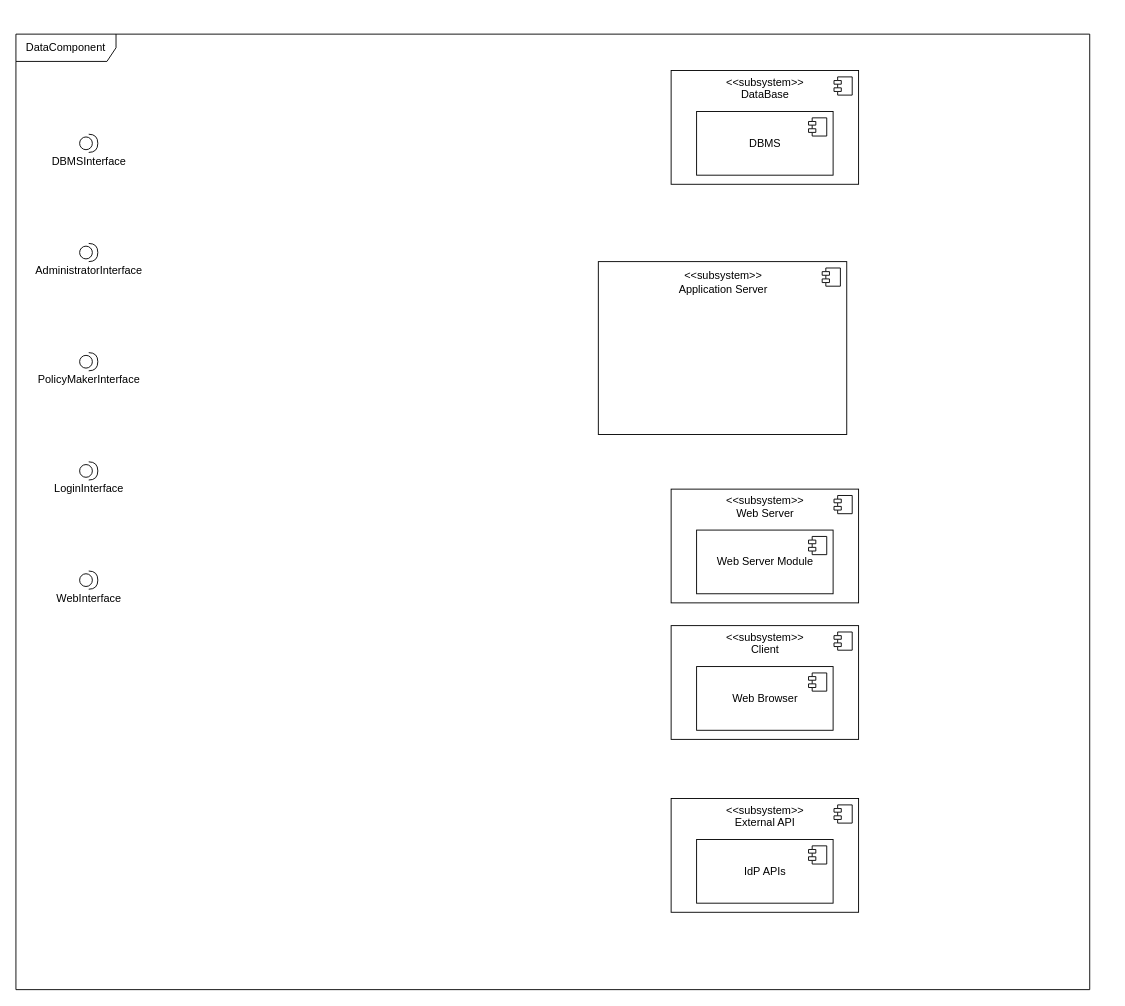
Above: page "DataComponent" (2 of 2) of DD Diagrams/ComponentDiagram.drawio in matteovisotto/SE2-CecchettoSirianiVisotto (draw.io), before the change. Source tidied: cells renumbered, new cells numbered last; positions are measured from the earlier drawing's top-left corner, leaving out a move shared by most shapes. Both pictures are drawn from the tidied source at 91%, with x=0, y=0 at pixel (15, 34).
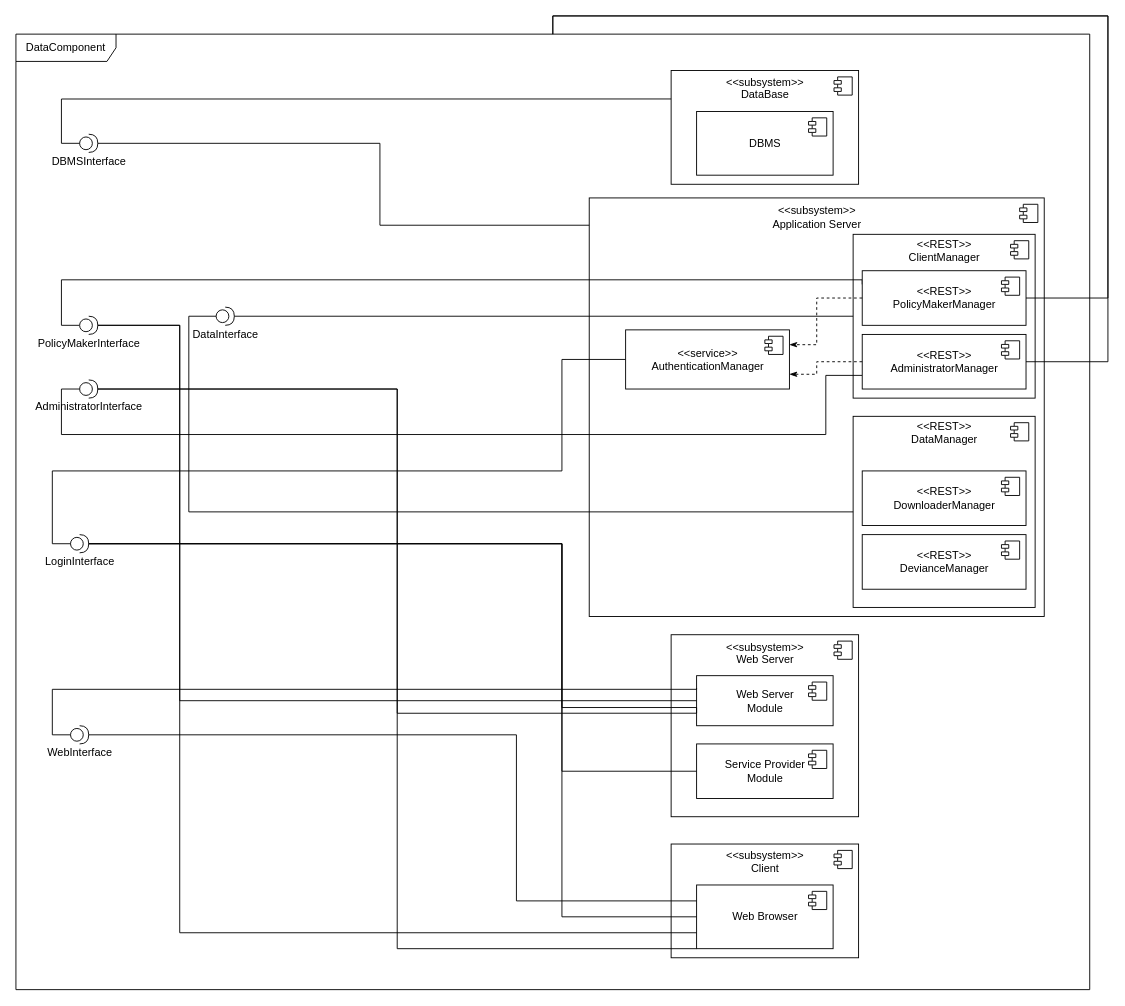
After the change.

Unchanged cells that the change refers to:
```xml
<mxCell id="2" value="DataComponent" style="shape=umlFrame;whiteSpace=wrap;html=1;width=110;height=30;" parent="1" vertex="1">
  <mxGeometry width="1180" height="1050" as="geometry" />
</mxCell>
<mxCell id="3" value="DBMSInterface" style="shape=providedRequiredInterface;html=1;verticalLabelPosition=bottom;sketch=0;" parent="1" vertex="1">
  <mxGeometry x="70" y="110" width="20" height="20" as="geometry" />
</mxCell>
<mxCell id="5" value="&amp;lt;&amp;lt;subsystem&amp;gt;&amp;gt;&lt;br&gt;DataBase&lt;br&gt;&lt;br&gt;&lt;br&gt;&lt;br&gt;&lt;br&gt;&lt;br&gt;&lt;br&gt;" style="html=1;" parent="4" vertex="1">
  <mxGeometry width="206" height="125" as="geometry" />
</mxCell>
```

What changed in the source:
```diff
@@
+    <mxCell id="19" style="group;" parent="1" vertex="1">
+      <mxGeometry x="720" y="890" width="206" height="125" as="geometry" />
+    </mxCell>
+    <mxCell id="20" value="&amp;lt;&amp;lt;subsystem&amp;gt;&amp;gt;&lt;br&gt;Client&lt;br&gt;&lt;br&gt;&lt;br&gt;&lt;br&gt;&lt;br&gt;&lt;br&gt;&lt;br&gt;" style="html=1;" parent="19" vertex="1">
+      <mxGeometry width="206" height="125" as="geometry" />
+    </mxCell>
+    <mxCell id="21" style="shape=module;jettyWidth=8;jettyHeight=4;" parent="20" vertex="1">
+      <mxGeometry x="1" width="20" height="20" relative="1" as="geometry">
+        <mxPoint x="-27" y="7" as="offset" />
+      </mxGeometry>
+    </mxCell>
+    <mxCell id="22" value="Web Browser" style="html=1;" parent="19" vertex="1">
+      <mxGeometry x="28" y="45" width="150" height="70" as="geometry" />
+    </mxCell>
+    <mxCell id="23" style="shape=module;jettyWidth=8;jettyHeight=4;" parent="22" vertex="1">
+      <mxGeometry x="1" width="20" height="20" relative="1" as="geometry">
+        <mxPoint x="-27" y="7" as="offset" />
+      </mxGeometry>
+    </mxCell>
+    <mxCell id="12" value="&amp;lt;&amp;lt;subsystem&amp;gt;&amp;gt;&lt;br&gt;Application Server&lt;br&gt;&lt;br&gt;&lt;br&gt;&lt;br&gt;&lt;br&gt;&lt;br&gt;&lt;br&gt;&lt;br&gt;&lt;br&gt;&lt;br&gt;&lt;br&gt;&lt;br&gt;&lt;br&gt;&lt;br&gt;&lt;br&gt;&lt;br&gt;&lt;br&gt;&lt;br&gt;&lt;br&gt;&lt;br&gt;&lt;br&gt;&lt;br&gt;&lt;br&gt;&lt;br&gt;&lt;br&gt;&lt;br&gt;&lt;br&gt;&lt;br&gt;&lt;br&gt;&lt;br&gt;" style="html=1;" parent="1" vertex="1">
+      <mxGeometry x="630" y="180" width="500" height="460" as="geometry" />
+    </mxCell>
+    <mxCell id="13" style="shape=module;jettyWidth=8;jettyHeight=4;" parent="12" vertex="1">
+      <mxGeometry x="1" width="20" height="20" relative="1" as="geometry">
+        <mxPoint x="-27" y="7" as="offset" />
+      </mxGeometry>
+    </mxCell>
+    <mxCell id="30" value="&amp;lt;&amp;lt;REST&amp;gt;&amp;gt;&lt;br&gt;ClientManager&lt;br&gt;&lt;br&gt;&lt;br&gt;&lt;br&gt;&lt;br&gt;&lt;br&gt;&lt;br&gt;&lt;br&gt;&lt;br&gt;&lt;br&gt;&lt;br&gt;" style="html=1;" parent="1" vertex="1">
+      <mxGeometry x="920" y="220" width="200" height="180" as="geometry" />
+    </mxCell>
+    <mxCell id="31" style="shape=module;jettyWidth=8;jettyHeight=4;" parent="30" vertex="1">
+      <mxGeometry x="1" width="20" height="20" relative="1" as="geometry">
+        <mxPoint x="-27" y="7" as="offset" />
+      </mxGeometry>
+    </mxCell>
+    <mxCell id="32" style="group;" parent="1" vertex="1">
+      <mxGeometry x="720" y="660" width="206" height="200" as="geometry" />
+    </mxCell>
+    <mxCell id="15" value="&amp;lt;&amp;lt;subsystem&amp;gt;&amp;gt;&lt;br&gt;Web Server&lt;br&gt;&lt;br&gt;&lt;br&gt;&lt;br&gt;&lt;br&gt;&lt;br&gt;&lt;br&gt;&lt;br&gt;&lt;br&gt;&lt;br&gt;&lt;br&gt;&lt;br&gt;" style="html=1;" parent="32" vertex="1">
+      <mxGeometry width="206" height="200" as="geometry" />
+    </mxCell>
+    <mxCell id="16" style="shape=module;jettyWidth=8;jettyHeight=4;" parent="15" vertex="1">
+      <mxGeometry x="1" width="20" height="20" relative="1" as="geometry">
+        <mxPoint x="-27" y="7" as="offset" />
+      </mxGeometry>
+    </mxCell>
+    <mxCell id="17" value="Web Server &lt;br&gt;Module" style="html=1;" parent="32" vertex="1">
+      <mxGeometry x="28" y="45" width="150" height="55" as="geometry" />
+    </mxCell>
+    <mxCell id="18" style="shape=module;jettyWidth=8;jettyHeight=4;" parent="17" vertex="1">
+      <mxGeometry x="1" width="20" height="20" relative="1" as="geometry">
+        <mxPoint x="-27" y="7" as="offset" />
+      </mxGeometry>
+    </mxCell>
+    <mxCell id="33" value="Service Provider &lt;br&gt;Module" style="html=1;" parent="32" vertex="1">
+      <mxGeometry x="28" y="120" width="150" height="60" as="geometry" />
+    </mxCell>
+    <mxCell id="34" style="shape=module;jettyWidth=8;jettyHeight=4;" parent="33" vertex="1">
+      <mxGeometry x="1" width="20" height="20" relative="1" as="geometry">
+        <mxPoint x="-27" y="7" as="offset" />
+      </mxGeometry>
+    </mxCell>
+    <mxCell id="35" style="edgeStyle=orthogonalEdgeStyle;rounded=0;jettySize=auto;html=1;exitX=1;exitY=0.5;exitDx=0;exitDy=0;exitPerimeter=0;endArrow=none;endFill=0;" parent="1" edge="1" source="3" target="12">
+      <mxGeometry relative="1" as="geometry">
+        <Array as="points">
+          <mxPoint x="400" y="120" />
+          <mxPoint x="400" y="210" />
+        </Array>
+      </mxGeometry>
+    </mxCell>
@@
+    <mxCell id="36" style="edgeStyle=orthogonalEdgeStyle;rounded=0;jettySize=auto;html=1;entryX=0;entryY=0.5;entryDx=0;entryDy=0;endArrow=none;endFill=0;" parent="1" edge="1" source="2" target="53">
+      <mxGeometry relative="1" as="geometry" />
+    </mxCell>
+    <mxCell id="37" style="edgeStyle=orthogonalEdgeStyle;rounded=0;jettySize=auto;html=1;exitX=0;exitY=0.5;exitDx=0;exitDy=0;exitPerimeter=0;entryX=0;entryY=0.75;entryDx=0;entryDy=0;endArrow=none;endFill=0;" parent="1" edge="1" source="9" target="53">
+      <mxGeometry relative="1" as="geometry">
+        <Array as="points">
+          <mxPoint x="50" y="390" />
+          <mxPoint x="50" y="440" />
+          <mxPoint x="890" y="440" />
+          <mxPoint x="890" y="375" />
+        </Array>
+      </mxGeometry>
+    </mxCell>
+    <mxCell id="38" style="edgeStyle=orthogonalEdgeStyle;rounded=0;jettySize=auto;html=1;exitX=1;exitY=0.5;exitDx=0;exitDy=0;exitPerimeter=0;entryX=0;entryY=0.75;entryDx=0;entryDy=0;endArrow=none;endFill=0;" parent="1" edge="1" source="9" target="17">
+      <mxGeometry relative="1" as="geometry" />
+    </mxCell>
+    <mxCell id="39" style="edgeStyle=orthogonalEdgeStyle;rounded=0;jettySize=auto;html=1;exitX=1;exitY=0.5;exitDx=0;exitDy=0;exitPerimeter=0;entryX=0;entryY=1;entryDx=0;entryDy=0;endArrow=none;endFill=0;" parent="1" edge="1" source="9" target="22">
+      <mxGeometry relative="1" as="geometry">
+        <Array as="points">
+          <mxPoint x="419" y="390" />
+          <mxPoint x="419" y="1005" />
+        </Array>
+      </mxGeometry>
+    </mxCell>
     <mxCell id="9" value="AdministratorInterface" style="shape=providedRequiredInterface;html=1;verticalLabelPosition=bottom;sketch=0;" parent="1" vertex="1">
-      <mxGeometry x="70" y="230" width="20" height="20" as="geometry" />
+      <mxGeometry x="70" y="380" width="20" height="20" as="geometry" />
     </mxCell>
+    <mxCell id="40" style="edgeStyle=orthogonalEdgeStyle;rounded=0;jettySize=auto;html=1;entryX=0;entryY=0.5;entryDx=0;entryDy=0;endArrow=none;endFill=0;" parent="1" edge="1" source="2" target="50">
+      <mxGeometry relative="1" as="geometry" />
+    </mxCell>
+    <mxCell id="41" style="edgeStyle=orthogonalEdgeStyle;rounded=0;jettySize=auto;html=1;exitX=0;exitY=0.5;exitDx=0;exitDy=0;exitPerimeter=0;entryX=0;entryY=0.25;entryDx=0;entryDy=0;endArrow=none;endFill=0;" parent="1" edge="1" source="10" target="50">
+      <mxGeometry relative="1" as="geometry">
+        <Array as="points">
+          <mxPoint x="50" y="320" />
+          <mxPoint x="50" y="270" />
+          <mxPoint x="930" y="270" />
+        </Array>
+      </mxGeometry>
+    </mxCell>
+    <mxCell id="42" style="edgeStyle=orthogonalEdgeStyle;rounded=0;jettySize=auto;html=1;exitX=1;exitY=0.5;exitDx=0;exitDy=0;exitPerimeter=0;entryX=0;entryY=0.5;entryDx=0;entryDy=0;endArrow=none;endFill=0;" parent="1" edge="1" source="10" target="17">
+      <mxGeometry relative="1" as="geometry">
+        <Array as="points">
+          <mxPoint x="180" y="320" />
+          <mxPoint x="180" y="732" />
+        </Array>
+      </mxGeometry>
+    </mxCell>
+    <mxCell id="43" style="edgeStyle=orthogonalEdgeStyle;rounded=0;jettySize=auto;html=1;exitX=1;exitY=0.5;exitDx=0;exitDy=0;exitPerimeter=0;entryX=0;entryY=0.75;entryDx=0;entryDy=0;endArrow=none;endFill=0;" parent="1" edge="1" source="10" target="22">
+      <mxGeometry relative="1" as="geometry">
+        <Array as="points">
+          <mxPoint x="180" y="320" />
+          <mxPoint x="180" y="988" />
+          <mxPoint x="748" y="988" />
+        </Array>
+      </mxGeometry>
+    </mxCell>
     <mxCell id="10" value="PolicyMakerInterface" style="shape=providedRequiredInterface;html=1;verticalLabelPosition=bottom;sketch=0;" parent="1" vertex="1">
-      <mxGeometry x="70" y="350" width="20" height="20" as="geometry" />
+      <mxGeometry x="70" y="310" width="20" height="20" as="geometry" />
     </mxCell>
+    <mxCell id="44" style="edgeStyle=orthogonalEdgeStyle;rounded=0;jettySize=auto;html=1;exitX=1;exitY=0.5;exitDx=0;exitDy=0;exitPerimeter=0;entryX=0;entryY=0.75;entryDx=0;entryDy=0;endArrow=none;endFill=0;" parent="1" edge="1" source="11" target="17">
+      <mxGeometry relative="1" as="geometry">
+        <Array as="points">
+          <mxPoint x="600" y="560" />
+          <mxPoint x="600" y="740" />
+          <mxPoint x="748" y="740" />
+        </Array>
+      </mxGeometry>
+    </mxCell>
+    <mxCell id="45" style="edgeStyle=orthogonalEdgeStyle;rounded=0;jettySize=auto;html=1;exitX=1;exitY=0.5;exitDx=0;exitDy=0;exitPerimeter=0;entryX=0;entryY=0.5;entryDx=0;entryDy=0;endArrow=none;endFill=0;" parent="1" edge="1" source="11" target="33">
+      <mxGeometry relative="1" as="geometry">
+        <Array as="points">
+          <mxPoint x="600" y="560" />
+          <mxPoint x="600" y="810" />
+        </Array>
+      </mxGeometry>
+    </mxCell>
+    <mxCell id="46" style="edgeStyle=orthogonalEdgeStyle;rounded=0;jettySize=auto;html=1;exitX=1;exitY=0.5;exitDx=0;exitDy=0;exitPerimeter=0;entryX=0;entryY=0.5;entryDx=0;entryDy=0;endArrow=none;endFill=0;" parent="1" edge="1" source="11" target="22">
+      <mxGeometry relative="1" as="geometry">
+        <Array as="points">
+          <mxPoint x="600" y="560" />
+          <mxPoint x="600" y="970" />
+        </Array>
+      </mxGeometry>
+    </mxCell>
     <mxCell id="11" value="LoginInterface" style="shape=providedRequiredInterface;html=1;verticalLabelPosition=bottom;sketch=0;" parent="1" vertex="1">
-      <mxGeometry x="70" y="470" width="20" height="20" as="geometry" />
+      <mxGeometry x="60" y="550" width="20" height="20" as="geometry" />
     </mxCell>
-    <mxCell id="12" value="&amp;lt;&amp;lt;subsystem&amp;gt;&amp;gt;&lt;br&gt;Application Server&lt;br&gt;&lt;br&gt;&lt;br&gt;&lt;br&gt;&lt;br&gt;&lt;br&gt;&lt;br&gt;&lt;br&gt;&lt;br&gt;&lt;br&gt;&lt;br&gt;" style="html=1;" parent="1" vertex="1">
-      <mxGeometry x="640" y="250" width="273" height="190" as="geometry" />
-    </mxCell>
-    <mxCell id="13" style="shape=module;jettyWidth=8;jettyHeight=4;" parent="12" vertex="1">
-      <mxGeometry x="1" width="20" height="20" relative="1" as="geometry">
-        <mxPoint x="-27" y="7" as="offset" />
-      </mxGeometry>
-    </mxCell>
-    <mxCell id="14" style="group;" parent="1" vertex="1">
-      <mxGeometry x="720" y="500" width="206" height="125" as="geometry" />
-    </mxCell>
-    <mxCell id="15" value="&amp;lt;&amp;lt;subsystem&amp;gt;&amp;gt;&lt;br&gt;Web Server&lt;br&gt;&lt;br&gt;&lt;br&gt;&lt;br&gt;&lt;br&gt;&lt;br&gt;&lt;br&gt;" style="html=1;" parent="14" vertex="1">
-      <mxGeometry width="206" height="125" as="geometry" />
-    </mxCell>
-    <mxCell id="16" style="shape=module;jettyWidth=8;jettyHeight=4;" parent="15" vertex="1">
-      <mxGeometry x="1" width="20" height="20" relative="1" as="geometry">
-        <mxPoint x="-27" y="7" as="offset" />
-      </mxGeometry>
-    </mxCell>
-    <mxCell id="17" value="Web Server Module" style="html=1;" parent="14" vertex="1">
-      <mxGeometry x="28" y="45" width="150" height="70" as="geometry" />
-    </mxCell>
-    <mxCell id="18" style="shape=module;jettyWidth=8;jettyHeight=4;" parent="17" vertex="1">
-      <mxGeometry x="1" width="20" height="20" relative="1" as="geometry">
-        <mxPoint x="-27" y="7" as="offset" />
-      </mxGeometry>
-    </mxCell>
-    <mxCell id="19" style="group;" parent="1" vertex="1">
-      <mxGeometry x="720" y="650" width="206" height="125" as="geometry" />
-    </mxCell>
-    <mxCell id="20" value="&amp;lt;&amp;lt;subsystem&amp;gt;&amp;gt;&lt;br&gt;Client&lt;br&gt;&lt;br&gt;&lt;br&gt;&lt;br&gt;&lt;br&gt;&lt;br&gt;&lt;br&gt;" style="html=1;" parent="19" vertex="1">
-      <mxGeometry width="206" height="125" as="geometry" />
-    </mxCell>
-    <mxCell id="21" style="shape=module;jettyWidth=8;jettyHeight=4;" parent="20" vertex="1">
-      <mxGeometry x="1" width="20" height="20" relative="1" as="geometry">
-        <mxPoint x="-27" y="7" as="offset" />
-      </mxGeometry>
-    </mxCell>
-    <mxCell id="22" value="Web Browser" style="html=1;" parent="19" vertex="1">
-      <mxGeometry x="28" y="45" width="150" height="70" as="geometry" />
-    </mxCell>
-    <mxCell id="23" style="shape=module;jettyWidth=8;jettyHeight=4;" parent="22" vertex="1">
-      <mxGeometry x="1" width="20" height="20" relative="1" as="geometry">
-        <mxPoint x="-27" y="7" as="offset" />
-      </mxGeometry>
-    </mxCell>
+    <mxCell id="47" style="edgeStyle=orthogonalEdgeStyle;rounded=0;jettySize=auto;html=1;exitX=0;exitY=0.5;exitDx=0;exitDy=0;exitPerimeter=0;entryX=0;entryY=0.25;entryDx=0;entryDy=0;endArrow=none;endFill=0;" parent="1" edge="1" source="24" target="17">
+      <mxGeometry relative="1" as="geometry">
+        <Array as="points">
+          <mxPoint x="40" y="770" />
+          <mxPoint x="40" y="720" />
+          <mxPoint x="748" y="720" />
+        </Array>
+      </mxGeometry>
+    </mxCell>
+    <mxCell id="48" style="edgeStyle=orthogonalEdgeStyle;rounded=0;jettySize=auto;html=1;exitX=1;exitY=0.5;exitDx=0;exitDy=0;exitPerimeter=0;entryX=0;entryY=0.25;entryDx=0;entryDy=0;endArrow=none;endFill=0;" parent="1" edge="1" source="24" target="22">
+      <mxGeometry relative="1" as="geometry">
+        <Array as="points">
+          <mxPoint x="80" y="770" />
+          <mxPoint x="550" y="770" />
+          <mxPoint x="550" y="952" />
+        </Array>
+      </mxGeometry>
+    </mxCell>
     <mxCell id="24" value="WebInterface" style="shape=providedRequiredInterface;html=1;verticalLabelPosition=bottom;sketch=0;" parent="1" vertex="1">
-      <mxGeometry x="70" y="590" width="20" height="20" as="geometry" />
+      <mxGeometry x="60" y="760" width="20" height="20" as="geometry" />
     </mxCell>
-    <mxCell id="25" style="group;" parent="1" vertex="1">
-      <mxGeometry x="720" y="840" width="206" height="125" as="geometry" />
-    </mxCell>
-    <mxCell id="26" value="&amp;lt;&amp;lt;subsystem&amp;gt;&amp;gt;&lt;br&gt;External API&lt;br&gt;&lt;br&gt;&lt;br&gt;&lt;br&gt;&lt;br&gt;&lt;br&gt;&lt;br&gt;" style="html=1;" parent="25" vertex="1">
-      <mxGeometry width="206" height="125" as="geometry" />
-    </mxCell>
-    <mxCell id="27" style="shape=module;jettyWidth=8;jettyHeight=4;" parent="26" vertex="1">
-      <mxGeometry x="1" width="20" height="20" relative="1" as="geometry">
-        <mxPoint x="-27" y="7" as="offset" />
-      </mxGeometry>
-    </mxCell>
-    <mxCell id="28" value="IdP APIs" style="html=1;" parent="25" vertex="1">
-      <mxGeometry x="28" y="45" width="150" height="70" as="geometry" />
-    </mxCell>
-    <mxCell id="29" style="shape=module;jettyWidth=8;jettyHeight=4;" parent="28" vertex="1">
-      <mxGeometry x="1" width="20" height="20" relative="1" as="geometry">
-        <mxPoint x="-27" y="7" as="offset" />
-      </mxGeometry>
-    </mxCell>
+    <mxCell id="49" style="edgeStyle=orthogonalEdgeStyle;rounded=0;jettySize=auto;html=1;exitX=0;exitY=0.5;exitDx=0;exitDy=0;entryX=1;entryY=0.25;entryDx=0;entryDy=0;endArrow=classicThin;endFill=1;dashed=1;" parent="1" edge="1" source="50" target="58">
+      <mxGeometry relative="1" as="geometry">
+        <Array as="points">
+          <mxPoint x="880" y="290" />
+          <mxPoint x="880" y="341" />
+        </Array>
+      </mxGeometry>
+    </mxCell>
+    <mxCell id="50" value="&amp;lt;&amp;lt;REST&amp;gt;&amp;gt;&lt;br&gt;PolicyMakerManager" style="html=1;" parent="1" vertex="1">
+      <mxGeometry x="930" y="260" width="180" height="60" as="geometry" />
+    </mxCell>
+    <mxCell id="51" style="shape=module;jettyWidth=8;jettyHeight=4;" parent="50" vertex="1">
+      <mxGeometry x="1" width="20" height="20" relative="1" as="geometry">
+        <mxPoint x="-27" y="7" as="offset" />
+      </mxGeometry>
+    </mxCell>
+    <mxCell id="52" style="edgeStyle=orthogonalEdgeStyle;rounded=0;jettySize=auto;html=1;exitX=0;exitY=0.5;exitDx=0;exitDy=0;entryX=1;entryY=0.75;entryDx=0;entryDy=0;dashed=1;endArrow=classicThin;endFill=1;" parent="1" edge="1" source="53" target="58">
+      <mxGeometry relative="1" as="geometry">
+        <Array as="points">
+          <mxPoint x="880" y="360" />
+          <mxPoint x="880" y="374" />
+        </Array>
+      </mxGeometry>
+    </mxCell>
+    <mxCell id="53" value="&amp;lt;&amp;lt;REST&amp;gt;&amp;gt;&lt;br&gt;AdministratorManager" style="html=1;" parent="1" vertex="1">
+      <mxGeometry x="930" y="330" width="180" height="60" as="geometry" />
+    </mxCell>
+    <mxCell id="54" style="shape=module;jettyWidth=8;jettyHeight=4;" parent="53" vertex="1">
+      <mxGeometry x="1" width="20" height="20" relative="1" as="geometry">
+        <mxPoint x="-27" y="7" as="offset" />
+      </mxGeometry>
+    </mxCell>
+    <mxCell id="55" value="&amp;lt;&amp;lt;REST&amp;gt;&amp;gt;&lt;br&gt;DataManager&lt;br&gt;&lt;br&gt;&lt;br&gt;&lt;br&gt;&lt;br&gt;&lt;br&gt;&lt;br&gt;&lt;br&gt;&lt;br&gt;&lt;br&gt;&lt;br&gt;&lt;br&gt;&lt;br&gt;" style="html=1;" parent="1" vertex="1">
+      <mxGeometry x="920" y="420" width="200" height="210" as="geometry" />
+    </mxCell>
+    <mxCell id="56" style="shape=module;jettyWidth=8;jettyHeight=4;" parent="55" vertex="1">
+      <mxGeometry x="1" width="20" height="20" relative="1" as="geometry">
+        <mxPoint x="-27" y="7" as="offset" />
+      </mxGeometry>
+    </mxCell>
+    <mxCell id="57" style="edgeStyle=orthogonalEdgeStyle;rounded=0;jettySize=auto;html=1;exitX=0;exitY=0.5;exitDx=0;exitDy=0;entryX=0;entryY=0.5;entryDx=0;entryDy=0;entryPerimeter=0;endArrow=none;endFill=0;" parent="1" edge="1" source="58" target="11">
+      <mxGeometry relative="1" as="geometry">
+        <Array as="points">
+          <mxPoint x="600" y="358" />
+          <mxPoint x="600" y="480" />
+          <mxPoint x="40" y="480" />
+          <mxPoint x="40" y="560" />
+        </Array>
+      </mxGeometry>
+    </mxCell>
+    <mxCell id="58" value="&amp;lt;&amp;lt;service&amp;gt;&amp;gt;&lt;br&gt;AuthenticationManager" style="html=1;" parent="1" vertex="1">
+      <mxGeometry x="670" y="325" width="180" height="65" as="geometry" />
+    </mxCell>
+    <mxCell id="59" style="shape=module;jettyWidth=8;jettyHeight=4;" parent="58" vertex="1">
+      <mxGeometry x="1" width="20" height="20" relative="1" as="geometry">
+        <mxPoint x="-27" y="7" as="offset" />
+      </mxGeometry>
+    </mxCell>
+    <mxCell id="60" value="&amp;lt;&amp;lt;REST&amp;gt;&amp;gt;&lt;br&gt;DownloaderManager" style="html=1;" parent="1" vertex="1">
+      <mxGeometry x="930" y="480" width="180" height="60" as="geometry" />
+    </mxCell>
+    <mxCell id="61" style="shape=module;jettyWidth=8;jettyHeight=4;" parent="60" vertex="1">
+      <mxGeometry x="1" width="20" height="20" relative="1" as="geometry">
+        <mxPoint x="-27" y="7" as="offset" />
+      </mxGeometry>
+    </mxCell>
+    <mxCell id="62" value="&amp;lt;&amp;lt;REST&amp;gt;&amp;gt;&lt;br&gt;DevianceManager" style="html=1;" parent="1" vertex="1">
+      <mxGeometry x="930" y="550" width="180" height="60" as="geometry" />
+    </mxCell>
+    <mxCell id="63" style="shape=module;jettyWidth=8;jettyHeight=4;" parent="62" vertex="1">
+      <mxGeometry x="1" width="20" height="20" relative="1" as="geometry">
+        <mxPoint x="-27" y="7" as="offset" />
+      </mxGeometry>
+    </mxCell>
+    <mxCell id="64" style="edgeStyle=orthogonalEdgeStyle;rounded=0;jettySize=auto;html=1;exitX=0;exitY=0.25;exitDx=0;exitDy=0;entryX=0;entryY=0.5;entryDx=0;entryDy=0;entryPerimeter=0;endArrow=none;endFill=0;" parent="1" edge="1" source="5" target="3">
+      <mxGeometry relative="1" as="geometry" />
+    </mxCell>
+    <mxCell id="65" style="edgeStyle=orthogonalEdgeStyle;rounded=0;jettySize=auto;html=1;exitX=0;exitY=0.5;exitDx=0;exitDy=0;exitPerimeter=0;entryX=0;entryY=0.5;entryDx=0;entryDy=0;endArrow=none;endFill=0;" parent="1" edge="1" source="67" target="55">
+      <mxGeometry relative="1" as="geometry">
+        <Array as="points">
+          <mxPoint x="190" y="310" />
+          <mxPoint x="190" y="525" />
+        </Array>
+      </mxGeometry>
+    </mxCell>
+    <mxCell id="66" style="edgeStyle=orthogonalEdgeStyle;rounded=0;jettySize=auto;html=1;exitX=1;exitY=0.5;exitDx=0;exitDy=0;exitPerimeter=0;entryX=0;entryY=0.5;entryDx=0;entryDy=0;endArrow=none;endFill=0;" parent="1" edge="1" source="67" target="30">
+      <mxGeometry relative="1" as="geometry" />
+    </mxCell>
+    <mxCell id="67" value="DataInterface" style="shape=providedRequiredInterface;html=1;verticalLabelPosition=bottom;sketch=0;" parent="1" vertex="1">
+      <mxGeometry x="220" y="300" width="20" height="20" as="geometry" />
+    </mxCell>
```
